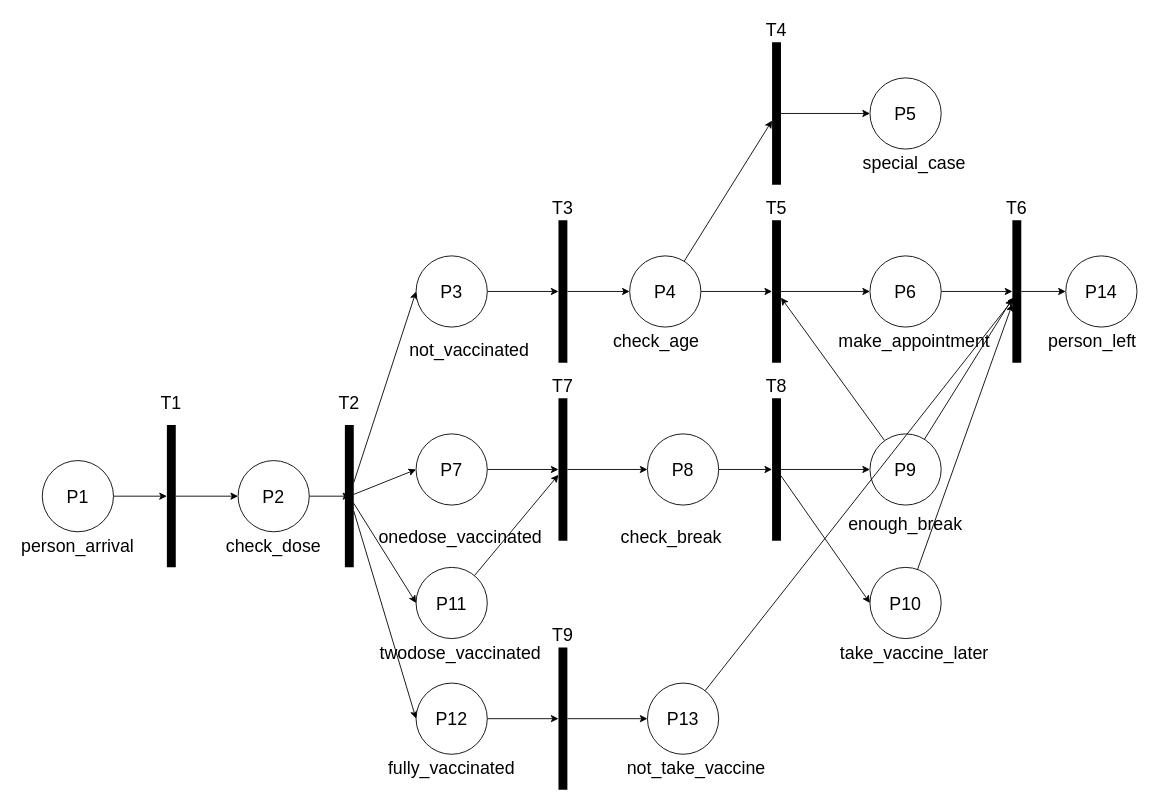
The draw.io diagram 3100asmt3Q1.drawio in wkng0/heyy, before the edit. Source tidied: cells renumbered, new cells numbered last; positions are measured from the earlier drawing's top-left corner, leaving out a move shared by most shapes. Both pictures are drawn from the tidied source at 89%, with x=0, y=0 at pixel (15, 15).
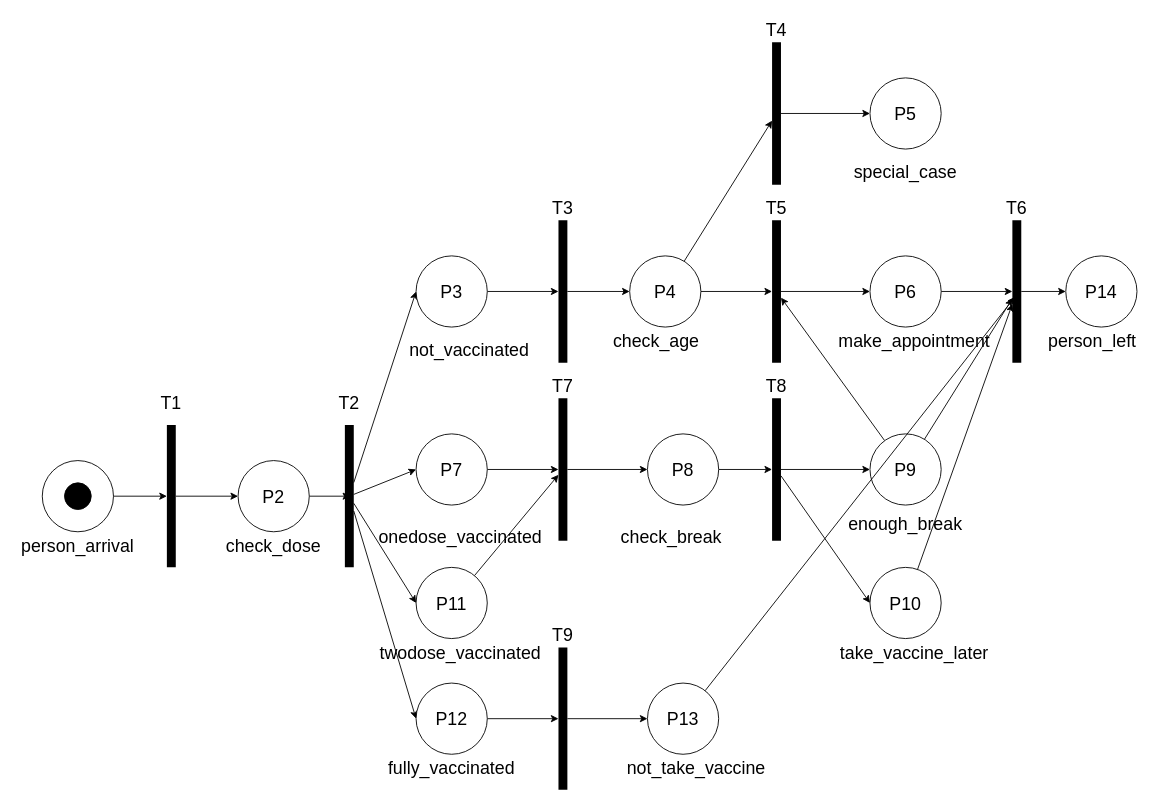
After the change.

What changed in the source:
```diff
@@
     <mxCell id="33" value="special_case" style="text;html=1;strokeColor=none;fillColor=none;align=center;verticalAlign=middle;whiteSpace=wrap;rounded=0;fontSize=20;" parent="1" vertex="1">
-      <mxGeometry x="980" y="150" width="60" height="30" as="geometry" />
+      <mxGeometry x="940" y="160" width="120" height="30" as="geometry" />
     </mxCell>
@@
+    <mxCell id="75" style="ellipse;whiteSpace=wrap;html=1;fillColor=#000000;" parent="1" vertex="1">
+      <mxGeometry x="55" y="525" width="30" height="30" as="geometry" />
+    </mxCell>
```
